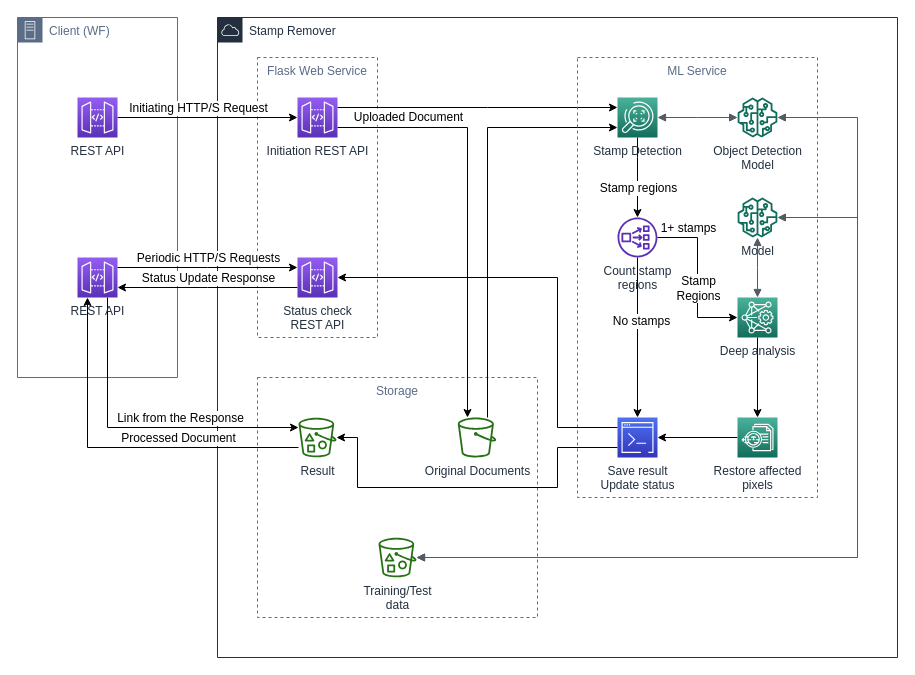
Before: workflow.drawio in ulan-mukhamedyanov/stamp_remover, a draw.io diagram. Source tidied: cells renumbered, new cells numbered last; positions are measured from the earlier drawing's top-left corner, leaving out a move shared by most shapes. Both pictures are drawn from the tidied source at 100%, with x=0, y=0 at pixel (17, 17).
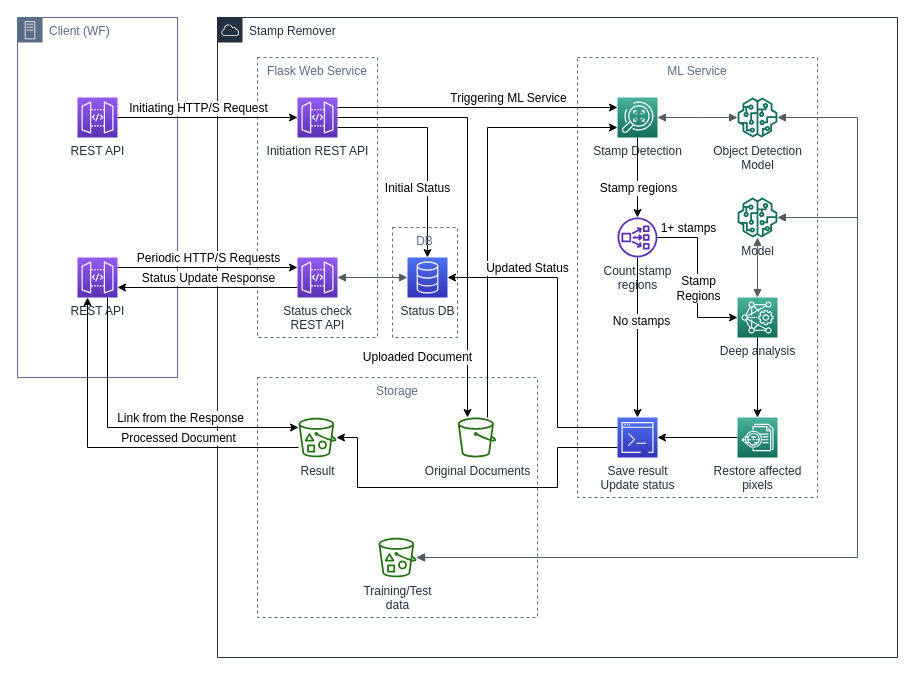
Above is the later version.

Unchanged cells that the change refers to:
```xml
<mxCell id="15" style="edgeStyle=orthogonalEdgeStyle;rounded=0;jettySize=auto;html=1;" parent="1" edge="1" source="16" target="29">
  <mxGeometry relative="1" as="geometry">
    <Array as="points">
      <mxPoint x="470" y="90" />
      <mxPoint x="470" y="90" />
    </Array>
  </mxGeometry>
</mxCell>
<mxCell id="16" value="Initiation REST API" style="outlineConnect=0;fontColor=#232F3E;gradientColor=#945DF2;gradientDirection=north;fillColor=#5A30B5;strokeColor=#ffffff;dashed=0;verticalLabelPosition=bottom;verticalAlign=top;align=center;html=1;fontSize=12;fontStyle=0;shape=mxgraph.aws4.resourceIcon;resIcon=mxgraph.aws4.api_gateway;" parent="1" vertex="1">
  <mxGeometry x="280" y="80" width="40" height="40" as="geometry" />
</mxCell>
<mxCell id="20" value="Status check&lt;br&gt;REST API" style="outlineConnect=0;fontColor=#232F3E;gradientColor=#945DF2;gradientDirection=north;fillColor=#5A30B5;strokeColor=#ffffff;dashed=0;verticalLabelPosition=bottom;verticalAlign=top;align=center;html=1;fontSize=12;fontStyle=0;shape=mxgraph.aws4.resourceIcon;resIcon=mxgraph.aws4.api_gateway;" parent="1" vertex="1">
  <mxGeometry x="280" y="240" width="40" height="40" as="geometry" />
</mxCell>
<mxCell id="22" value="Original Documents" style="outlineConnect=0;fontColor=#232F3E;gradientColor=none;fillColor=#277116;strokeColor=none;dashed=0;verticalLabelPosition=bottom;verticalAlign=top;align=center;html=1;fontSize=12;fontStyle=0;shape=mxgraph.aws4.bucket;" parent="1" vertex="1">
  <mxGeometry x="440" y="400" width="39" height="40" as="geometry" />
</mxCell>
<mxCell id="38" value="Save result&lt;br&gt;Update status" style="outlineConnect=0;fontColor=#232F3E;gradientColor=#4D72F3;gradientDirection=north;fillColor=#3334B9;strokeColor=#ffffff;dashed=0;verticalLabelPosition=bottom;verticalAlign=top;align=center;html=1;fontSize=12;fontStyle=0;shape=mxgraph.aws4.resourceIcon;resIcon=mxgraph.aws4.command_line_interface;" parent="1" vertex="1">
  <mxGeometry x="600" y="400" width="40" height="40" as="geometry" />
</mxCell>
```

What changed in the source:
```diff
@@
     <mxCell id="13" style="edgeStyle=orthogonalEdgeStyle;rounded=0;jettySize=auto;html=1;" parent="1" edge="1" source="16" target="22">
       <mxGeometry relative="1" as="geometry">
         <Array as="points">
-          <mxPoint x="450" y="110" />
+          <mxPoint x="450" y="100" />
         </Array>
       </mxGeometry>
     </mxCell>
     <mxCell id="14" value="Uploaded Document" style="text;html=1;align=center;verticalAlign=middle;labelBackgroundColor=#ffffff;" parent="13" vertex="1">
       <mxGeometry x="-0.37" y="-37" relative="1" as="geometry">
-        <mxPoint x="-23" y="-13" as="offset" />
+        <mxPoint x="-14" y="234" as="offset" />
       </mxGeometry>
     </mxCell>
@@
+    <mxCell id="50" value="Triggering ML Service" style="text;html=1;align=center;verticalAlign=middle;labelBackgroundColor=#ffffff;" parent="15" vertex="1">
+      <mxGeometry x="0.28" y="-2" relative="1" as="geometry">
+        <mxPoint x="-9" y="-12" as="offset" />
+      </mxGeometry>
+    </mxCell>
+    <mxCell id="51" style="edgeStyle=orthogonalEdgeStyle;rounded=0;jettySize=auto;html=1;" parent="1" edge="1" source="16" target="53">
+      <mxGeometry relative="1" as="geometry">
+        <Array as="points">
+          <mxPoint x="410" y="110" />
+        </Array>
+      </mxGeometry>
+    </mxCell>
+    <mxCell id="52" value="Initial Status" style="text;html=1;align=center;verticalAlign=middle;labelBackgroundColor=#ffffff;" parent="51" vertex="1">
+      <mxGeometry x="-0.18" y="-45" relative="1" as="geometry">
+        <mxPoint x="34" y="60" as="offset" />
+      </mxGeometry>
+    </mxCell>
@@
-    <mxCell id="37" style="edgeStyle=orthogonalEdgeStyle;rounded=0;jettySize=auto;html=1;" parent="1" edge="1" source="38" target="20">
-      <mxGeometry relative="1" as="geometry">
-        <Array as="points">
-          <mxPoint x="540" y="410" />
-          <mxPoint x="540" y="260" />
-        </Array>
-      </mxGeometry>
-    </mxCell>
@@
+    <mxCell id="53" value="Status DB" style="outlineConnect=0;fontColor=#232F3E;gradientColor=#4D72F3;gradientDirection=north;fillColor=#3334B9;strokeColor=#ffffff;dashed=0;verticalLabelPosition=bottom;verticalAlign=top;align=center;html=1;fontSize=12;fontStyle=0;shape=mxgraph.aws4.resourceIcon;resIcon=mxgraph.aws4.database;" parent="1" vertex="1">
+      <mxGeometry x="390" y="240" width="40" height="40" as="geometry" />
+    </mxCell>
+    <mxCell id="54" style="edgeStyle=orthogonalEdgeStyle;rounded=0;jettySize=auto;html=1;" parent="1" edge="1" source="38" target="53">
+      <mxGeometry relative="1" as="geometry">
+        <Array as="points">
+          <mxPoint x="540" y="410" />
+          <mxPoint x="540" y="260" />
+        </Array>
+      </mxGeometry>
+    </mxCell>
+    <mxCell id="55" value="Updated Status" style="text;html=1;align=center;verticalAlign=middle;labelBackgroundColor=#ffffff;direction=south;" parent="54" vertex="1">
+      <mxGeometry x="0.46" relative="1" as="geometry">
+        <mxPoint x="-7" y="-10" as="offset" />
+      </mxGeometry>
+    </mxCell>
+    <mxCell id="56" style="edgeStyle=orthogonalEdgeStyle;html=1;endArrow=block;elbow=vertical;startArrow=block;startFill=1;endFill=1;strokeColor=#545B64;rounded=0;" parent="1" edge="1" source="20" target="53">
+      <mxGeometry relative="1" as="geometry" />
+    </mxCell>
+    <mxCell id="57" value="DB" style="fillColor=none;strokeColor=#5A6C86;dashed=1;verticalAlign=top;fontStyle=0;fontColor=#5A6C86;" parent="1" vertex="1">
+      <mxGeometry x="375" y="210" width="65" height="110" as="geometry" />
+    </mxCell>
```
